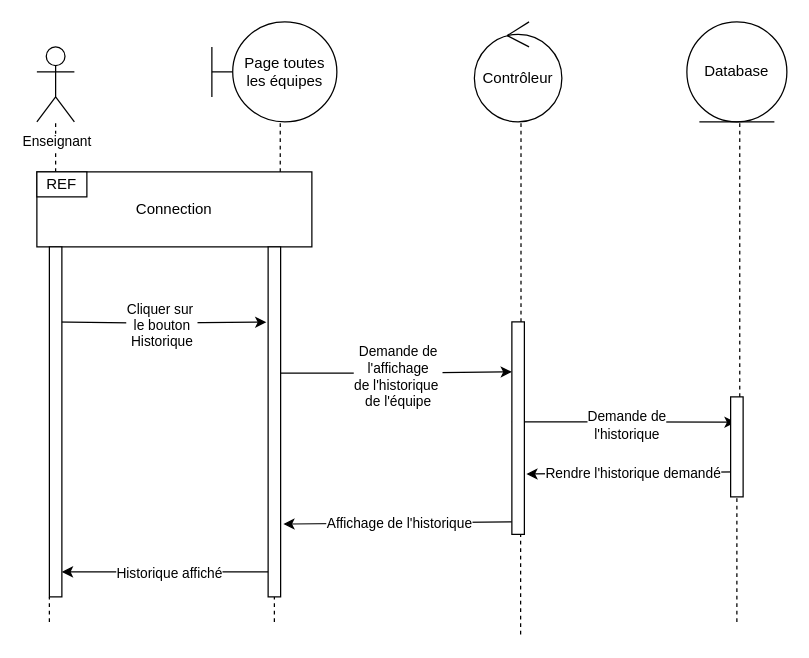
The draw.io diagram diagrams/consulterHistorique.drawio in stormsidali2001/PFE_third_year_school_project_front, before the edit. Source tidied: cells renumbered, new cells numbered last; positions are measured from the earlier drawing's top-left corner, leaving out a move shared by most shapes. Both pictures are drawn from the tidied source at 125%, with x=0, y=0 at pixel (36, 21).
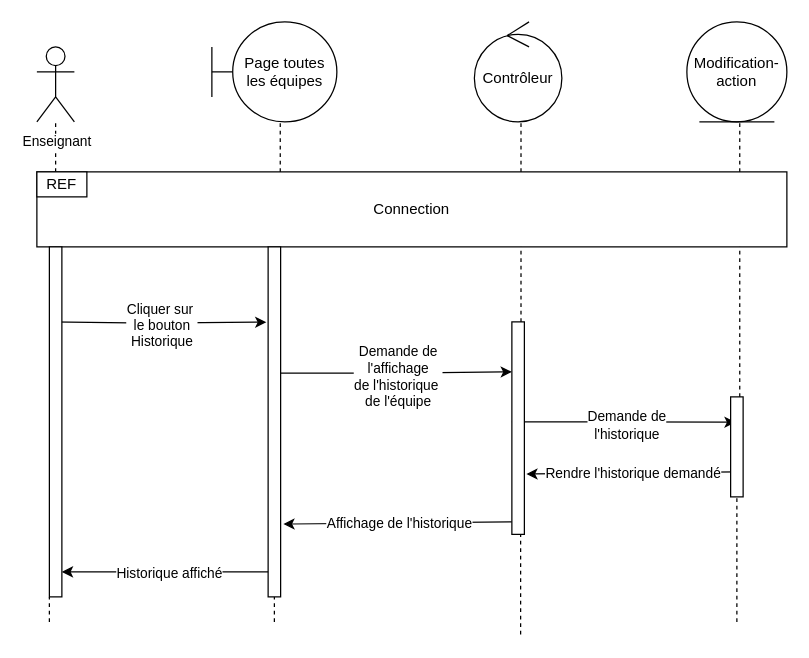
Above is the later version.

What changed in the source:
```diff
@@
-    <mxCell id="5" value="Database" style="ellipse;shape=umlEntity;whiteSpace=wrap;html=1;" parent="1" vertex="1">
+    <mxCell id="5" value="Modification-&lt;br&gt;action" style="ellipse;shape=umlEntity;whiteSpace=wrap;html=1;" parent="1" vertex="1">
       <mxGeometry x="520" width="80" height="80" as="geometry" />
     </mxCell>
@@
     <mxCell id="11" value="Connection" style="rounded=0;whiteSpace=wrap;html=1;" parent="1" vertex="1">
-      <mxGeometry y="120" width="220" height="60" as="geometry" />
+      <mxGeometry y="120" width="600" height="60" as="geometry" />
     </mxCell>
```
